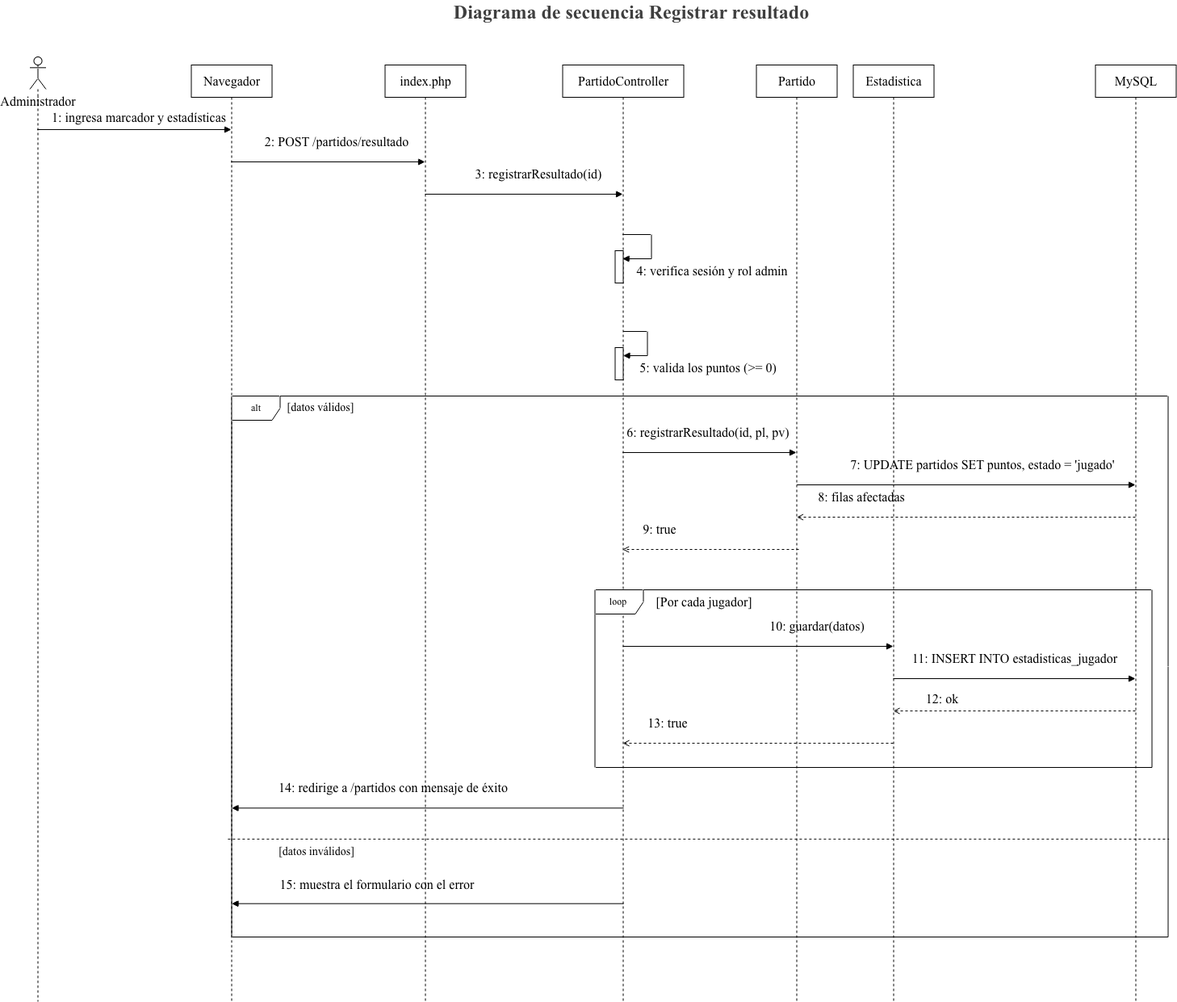
202312505e-sys/liga-basquetball keeps this draw.io diagram as doc/diagramas/07_secuencia_registrar_resultado.drawio.png. Above is the earlier version. Source tidied: cells renumbered, new cells last; positions are measured from the earlier drawing's top-left corner, leaving out a move shared by most shapes.
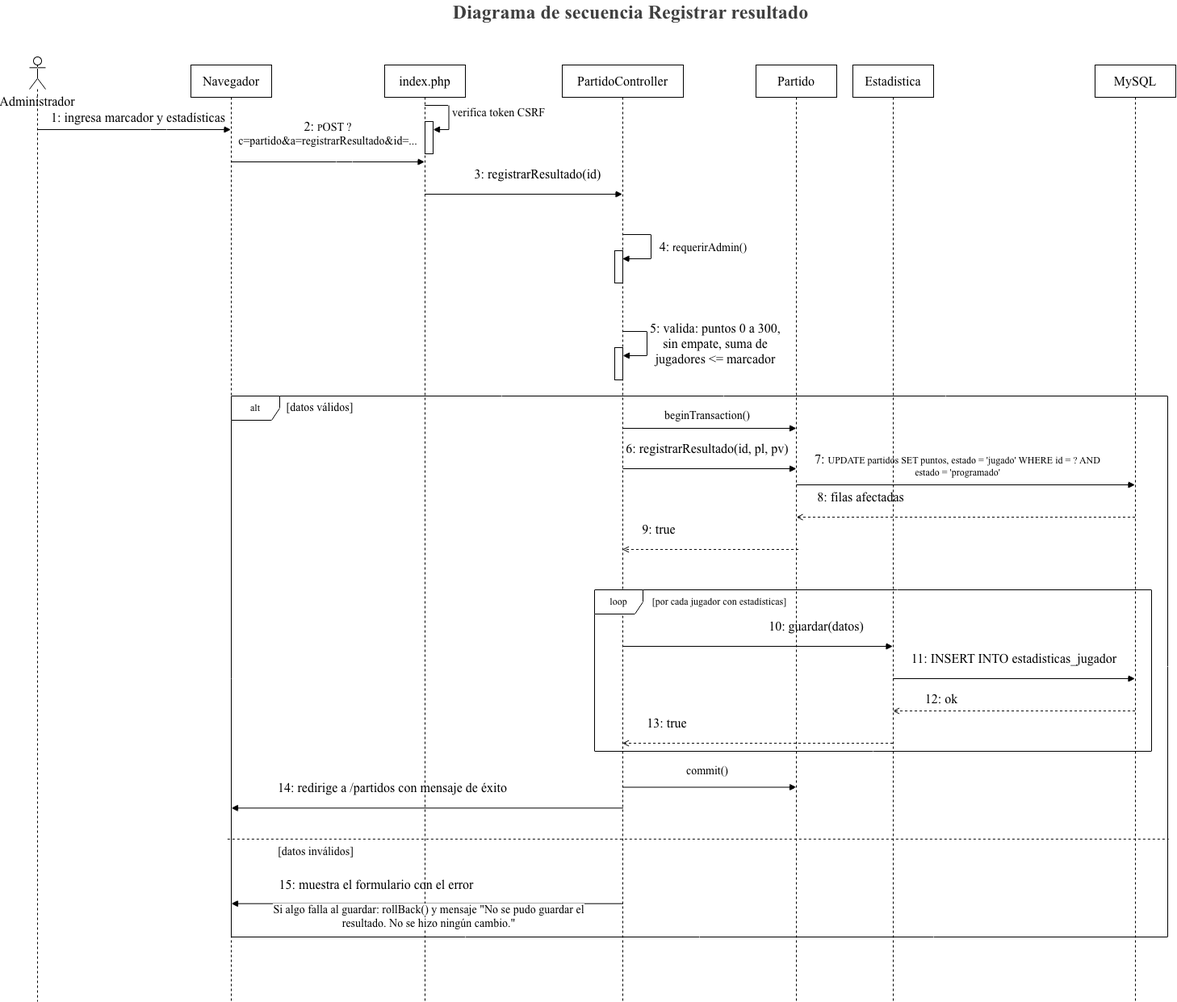
The same diagram one commit later.

Commit message:
Actualiza el diagrama de secuencia con la transacción y las validaciones

What changed in the source:
```diff
@@ -20,9 +20,24 @@
     <mxCell id="5" value="&lt;span style=&quot;caret-color: rgb(0, 0, 0); color: rgb(0, 0, 0); font-size: medium; text-align: start;&quot;&gt;index.php&lt;/span&gt;" style="shape=umlLifeline;perimeter=lifelinePerimeter;whiteSpace=wrap;html=1;outlineConnect=0;portConstraint=eastwest;newEdgeStyle={&quot;edgeStyle&quot;:&quot;elbowEdgeStyle&quot;,&quot;elbow&quot;:&quot;vertical&quot;,&quot;curved&quot;:0,&quot;rounded&quot;:0};fontFamily=Times New Roman;" parent="1" vertex="1">
       <mxGeometry x="460" y="80" width="100" height="1160" as="geometry" />
     </mxCell>
+    <mxCell id="49" style="html=1;points=[[0,0,0,0,5],[0,1,0,0,-5],[1,0,0,0,5],[1,1,0,0,-5]];perimeter=orthogonalPerimeter;outlineConnect=0;targetShapes=umlLifeline;portConstraint=eastwest;newEdgeStyle={&quot;edgeStyle&quot;:&quot;sequenceEdgeStyle&quot;,&quot;libavoidRouting&quot;:0,&quot;curved&quot;:0,&quot;rounded&quot;:0};" parent="5" vertex="1">
+      <mxGeometry x="50" y="70" width="10" height="40" as="geometry" />
+    </mxCell>
+    <mxCell id="50" value="&lt;font face=&quot;Times New Roman&quot; style=&quot;color: rgb(0, 0, 0); font-size: 14px;&quot;&gt;verifica token CSRF&lt;/font&gt;" style="html=1;align=left;spacingLeft=2;endArrow=block;edgeStyle=sequenceEdgeStyle;libavoidRouting=0;curved=0;rounded=0;" parent="5" edge="1" source="5" target="49">
+      <mxGeometry relative="1" as="geometry">
+        <Array as="points">
+          <mxPoint x="79.5" y="50" />
+          <mxPoint x="79.5" y="80" />
+        </Array>
+      </mxGeometry>
+    </mxCell>
-    <mxCell id="6" style="html=1;endArrow=block;endFill=1;fontFamily=Times New Roman;" parent="1" edge="1" source="10">
+    <mxCell id="6" style="html=1;endArrow=block;endFill=1;fontFamily=Times New Roman;" parent="1" edge="1">
       <mxGeometry relative="1" as="geometry">
-        <mxPoint x="969.5" y="560" as="targetPoint" />
+        <mxPoint x="755" y="580" as="sourcePoint" />
+        <mxPoint x="970" y="580" as="targetPoint" />
+        <Array as="points">
+          <mxPoint x="870.5" y="580" />
+        </Array>
       </mxGeometry>
     </mxCell>
     <mxCell id="7" style="html=1;endArrow=block;endFill=1;fontFamily=Times New Roman;" parent="1" edge="1">
@@ -117,17 +132,17 @@
     <mxCell id="26" value="&lt;span style=&quot;caret-color: rgb(0, 0, 0); color: rgb(0, 0, 0); font-size: medium; text-align: start;&quot;&gt;1: ingresa marcador y estadísticas&lt;/span&gt;" style="text;html=1;whiteSpace=wrap;strokeColor=none;fillColor=none;align=center;verticalAlign=middle;rounded=0;fontFamily=Times New Roman;" parent="1" vertex="1">
       <mxGeometry x="40" y="130" width="230" height="30" as="geometry" />
     </mxCell>
-    <mxCell id="27" value="&lt;span style=&quot;caret-color: rgb(0, 0, 0); color: rgb(0, 0, 0); font-size: medium; text-align: start;&quot;&gt;2: POST /partidos/resultado&lt;/span&gt;" style="text;html=1;whiteSpace=wrap;strokeColor=none;fillColor=none;align=center;verticalAlign=middle;rounded=0;fontFamily=Times New Roman;" parent="1" vertex="1">
-      <mxGeometry x="300" y="160" width="200" height="30" as="geometry" />
+    <mxCell id="27" value="&lt;span style=&quot;caret-color: rgb(0, 0, 0); color: rgb(0, 0, 0); font-size: medium; text-align: start;&quot;&gt;2:&amp;nbsp;&lt;/span&gt;P&lt;font style=&quot;font-size: 14px; color: rgb(0, 0, 0);&quot;&gt;OST ?c=partido&amp;amp;a=registrarResultado&amp;amp;id=...&lt;/font&gt;" style="text;html=1;whiteSpace=wrap;strokeColor=none;fillColor=none;align=center;verticalAlign=middle;rounded=0;fontFamily=Times New Roman;" parent="1" vertex="1">
+      <mxGeometry x="280" y="140" width="220" height="50" as="geometry" />
     </mxCell>
     <mxCell id="28" value="&lt;span style=&quot;caret-color: rgb(0, 0, 0); color: rgb(0, 0, 0); font-size: medium; text-align: start;&quot;&gt;3: registrarResultado(id)&lt;/span&gt;" style="text;html=1;whiteSpace=wrap;strokeColor=none;fillColor=none;align=center;verticalAlign=middle;rounded=0;fontFamily=Times New Roman;" parent="1" vertex="1">
       <mxGeometry x="570" y="200" width="160" height="30" as="geometry" />
     </mxCell>
     <mxCell id="29" value="&lt;span style=&quot;caret-color: rgb(0, 0, 0); color: rgb(0, 0, 0); font-size: medium; text-align: start;&quot;&gt;6: registrarResultado(id, pl, pv)&lt;/span&gt;" style="text;html=1;whiteSpace=wrap;strokeColor=none;fillColor=none;align=center;verticalAlign=middle;rounded=0;fontFamily=Times New Roman;" parent="1" vertex="1">
-      <mxGeometry x="750" y="520" width="220" height="30" as="geometry" />
+      <mxGeometry x="750" y="540" width="220" height="30" as="geometry" />
     </mxCell>
-    <mxCell id="30" value="&lt;span style=&quot;caret-color: rgb(0, 0, 0); color: rgb(0, 0, 0); font-size: medium; text-align: start;&quot;&gt;7: UPDATE partidos SET puntos, estado = 'jugado'&lt;/span&gt;" style="text;html=1;whiteSpace=wrap;strokeColor=none;fillColor=none;align=center;verticalAlign=middle;rounded=0;fontFamily=Times New Roman;" parent="1" vertex="1">
-      <mxGeometry x="1020" y="560" width="360" height="30" as="geometry" />
+    <mxCell id="30" value="&lt;span style=&quot;caret-color: rgb(0, 0, 0); color: rgb(0, 0, 0); font-size: medium; text-align: start;&quot;&gt;7:&amp;nbsp;&lt;/span&gt;UPDATE partidos SET puntos, estado = 'jugado' WHERE id = ? AND estado = 'programado'" style="text;html=1;whiteSpace=wrap;strokeColor=none;fillColor=none;align=center;verticalAlign=middle;rounded=0;fontFamily=Times New Roman;" parent="1" vertex="1">
+      <mxGeometry x="990" y="560" width="360" height="30" as="geometry" />
     </mxCell>
     <mxCell id="31" value="&lt;span style=&quot;caret-color: rgb(0, 0, 0); color: rgb(0, 0, 0); font-size: medium; text-align: start;&quot;&gt;8: filas afectadas&lt;/span&gt;" style="text;html=1;whiteSpace=wrap;strokeColor=none;fillColor=none;align=center;verticalAlign=middle;rounded=0;fontFamily=Times New Roman;" parent="1" vertex="1">
       <mxGeometry x="990" y="600" width="120" height="30" as="geometry" />
@@ -154,10 +169,10 @@
       <mxGeometry x="780" y="890" width="60" height="10" as="geometry" />
     </mxCell>
     <mxCell id="39" value="loop" style="shape=umlFrame;whiteSpace=wrap;html=1;fontFamily=Times New Roman;" parent="1" vertex="1">
-      <mxGeometry x="720" y="730" width="690" height="220" as="geometry" />
+      <mxGeometry x="720" y="730" width="690" height="200" as="geometry" />
     </mxCell>
-    <mxCell id="40" value="&lt;font style=&quot;font-size: 16px;&quot;&gt;[Por cada jugador]&lt;/font&gt;" style="text;html=1;whiteSpace=wrap;strokeColor=none;fillColor=none;align=center;verticalAlign=middle;rounded=0;fontFamily=Times New Roman;" parent="1" vertex="1">
-      <mxGeometry x="780" y="730" width="150" height="30" as="geometry" />
+    <mxCell id="40" value="[por cada jugador con estadísticas]" style="text;html=1;whiteSpace=wrap;strokeColor=none;fillColor=none;align=center;verticalAlign=middle;rounded=0;fontFamily=Times New Roman;" parent="1" vertex="1">
+      <mxGeometry x="790" y="730" width="170" height="30" as="geometry" />
     </mxCell>
     <mxCell id="41" value="&lt;span style=&quot;caret-color: rgb(0, 0, 0); color: rgb(0, 0, 0); font-size: medium; text-align: start;&quot;&gt;14: redirige a /partidos con mensaje de éxito&lt;/span&gt;" style="text;html=1;whiteSpace=wrap;strokeColor=none;fillColor=none;align=center;verticalAlign=middle;rounded=0;fontFamily=Times New Roman;" parent="1" vertex="1">
       <mxGeometry x="310" y="960" width="320" height="30" as="geometry" />
@@ -182,11 +197,38 @@
         </Array>
       </mxGeometry>
     </mxCell>
-    <mxCell id="47" value="&lt;span style=&quot;color: rgb(0, 0, 0); font-family: &amp;quot;Times New Roman&amp;quot;; font-size: medium; text-align: left; caret-color: rgb(0, 0, 0); background-color: rgb(255, 255, 255);&quot;&gt;4: verifica sesión y rol admin&lt;/span&gt;" style="text;html=1;whiteSpace=wrap;strokeColor=none;fillColor=none;align=center;verticalAlign=middle;rounded=0;" parent="1" vertex="1">
-      <mxGeometry x="760" y="320" width="210" height="30" as="geometry" />
+    <mxCell id="47" value="&lt;span style=&quot;color: rgb(0, 0, 0); font-family: &amp;quot;Times New Roman&amp;quot;; font-size: medium; text-align: left; caret-color: rgb(0, 0, 0); background-color: rgb(255, 255, 255);&quot;&gt;4:&amp;nbsp;&lt;/span&gt;r&lt;font face=&quot;Times New Roman&quot; style=&quot;color: rgb(0, 0, 0); font-size: 14px;&quot;&gt;equerirAdmin()&lt;/font&gt;" style="text;html=1;whiteSpace=wrap;strokeColor=none;fillColor=none;align=center;verticalAlign=middle;rounded=0;" parent="1" vertex="1">
+      <mxGeometry x="750" y="290" width="210" height="30" as="geometry" />
     </mxCell>
-    <mxCell id="48" value="&lt;meta charset=&quot;utf-8&quot;&gt;&lt;span style=&quot;color: rgb(0, 0, 0); font-family: &amp;quot;Times New Roman&amp;quot;; font-size: medium; font-style: normal; font-variant-ligatures: normal; font-variant-caps: normal; font-weight: 400; letter-spacing: normal; orphans: 2; text-align: left; text-indent: 0px; text-transform: none; widows: 2; word-spacing: 0px; -webkit-text-stroke-width: 0px; caret-color: rgb(0, 0, 0); white-space: normal; background-color: rgb(255, 255, 255); text-decoration-thickness: initial; text-decoration-style: initial; text-decoration-color: initial; display: inline !important; float: none;&quot;&gt;5: valida los puntos (&amp;gt;= 0)&lt;/span&gt;" style="text;html=1;whiteSpace=wrap;strokeColor=none;fillColor=none;align=center;verticalAlign=middle;rounded=0;" parent="1" vertex="1">
-      <mxGeometry x="770" y="440" width="180" height="30" as="geometry" />
+    <mxCell id="48" value="&lt;span style=&quot;color: rgb(0, 0, 0); font-family: &amp;quot;Times New Roman&amp;quot;; font-size: medium; font-style: normal; font-variant-ligatures: normal; font-variant-caps: normal; font-weight: 400; letter-spacing: normal; orphans: 2; text-align: left; text-indent: 0px; text-transform: none; widows: 2; word-spacing: 0px; -webkit-text-stroke-width: 0px; caret-color: rgb(0, 0, 0); white-space: normal; background-color: rgb(255, 255, 255); text-decoration-thickness: initial; text-decoration-style: initial; text-decoration-color: initial; float: none; display: inline !important;&quot;&gt;5: valida: puntos 0 a 300, sin empate, suma de jugadores &amp;lt;= marcador&lt;/span&gt;" style="text;html=1;whiteSpace=wrap;strokeColor=none;fillColor=none;align=center;verticalAlign=middle;rounded=0;" parent="1" vertex="1">
+      <mxGeometry x="780" y="410" width="180" height="30" as="geometry" />
     </mxCell>
+    <mxCell id="51" style="html=1;endArrow=block;endFill=1;fontFamily=Times New Roman;" parent="1" edge="1">
+      <mxGeometry relative="1" as="geometry">
+        <mxPoint x="755" y="530" as="sourcePoint" />
+        <mxPoint x="970" y="530" as="targetPoint" />
+        <Array as="points">
+          <mxPoint x="870.5" y="530" />
+        </Array>
+      </mxGeometry>
+    </mxCell>
+    <mxCell id="52" value="&lt;font face=&quot;Times New Roman&quot; style=&quot;font-size: 14px; color: rgb(0, 0, 0);&quot;&gt;beginTransaction()&lt;/font&gt;" style="text;html=1;whiteSpace=wrap;strokeColor=none;fillColor=none;align=center;verticalAlign=middle;rounded=0;" parent="1" vertex="1">
+      <mxGeometry x="830" y="500" width="60" height="30" as="geometry" />
+    </mxCell>
+    <mxCell id="53" style="html=1;endArrow=block;endFill=1;fontFamily=Times New Roman;" parent="1" edge="1">
+      <mxGeometry relative="1" as="geometry">
+        <mxPoint x="755" y="974.5" as="sourcePoint" />
+        <mxPoint x="970" y="974.5" as="targetPoint" />
+        <Array as="points">
+          <mxPoint x="870.5" y="974.5" />
+        </Array>
+      </mxGeometry>
+    </mxCell>
+    <mxCell id="54" value="&lt;font face=&quot;Times New Roman&quot; style=&quot;font-size: 14px; color: rgb(0, 0, 0);&quot;&gt;commit()&lt;/font&gt;" style="text;html=1;whiteSpace=wrap;strokeColor=none;fillColor=none;align=center;verticalAlign=middle;rounded=0;" parent="1" vertex="1">
+      <mxGeometry x="830" y="940" width="60" height="30" as="geometry" />
+    </mxCell>
+    <mxCell id="55" value="&lt;font face=&quot;Times New Roman&quot; style=&quot;font-size: 14px; color: rgb(0, 0, 0); background-color: light-dark(#ffffff, var(--ge-dark-color, #121212));&quot;&gt;Si algo falla al guardar: rollBack() y mensaje &quot;No se pudo guardar el resultado. No se hizo ningún cambio.&quot;&lt;/font&gt;" style="text;html=1;whiteSpace=wrap;strokeColor=none;fillColor=none;align=center;verticalAlign=middle;rounded=0;" parent="1" vertex="1">
+      <mxGeometry x="320" y="1120" width="390" height="30" as="geometry" />
+    </mxCell>
   </root>
 </mxGraphModel>
```
